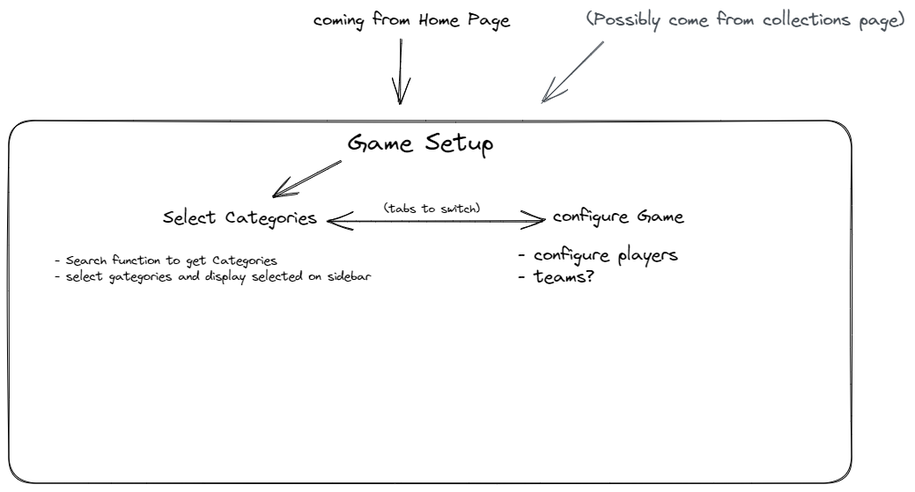
Before: gameDiagram.excalidraw.png, a diagram exported from Excalidraw (NilsGke/klugscheisser-quiz). Source tidied: one line per element, renumbered; positions are measured from the earlier drawing's top-left corner, leaving out a move shared by most shapes.
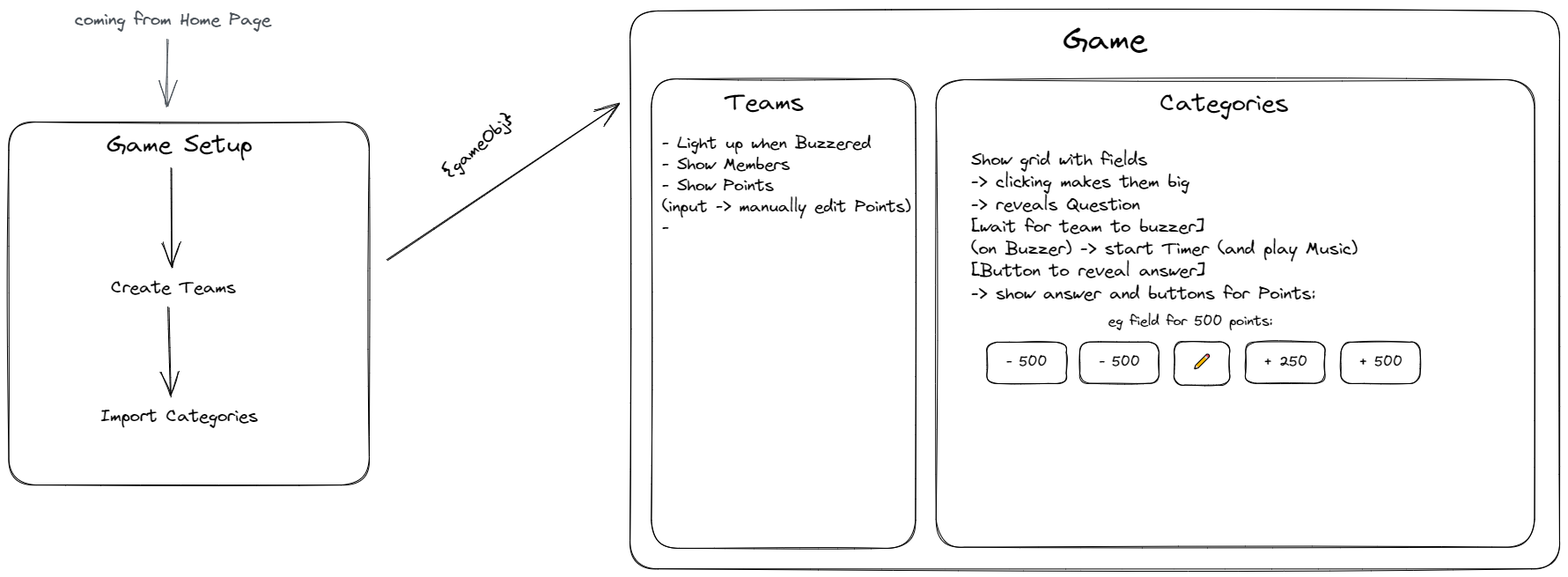
After the commit.

What changed in the source:
```diff
@@ -1,13 +1,29 @@
-{"id": 0, "type": "text", "text": "coming from Home Page", "strokeColor": "#000000", "strokeWidth": 1, "roughness": 1, "fontSize": 20, "fontFamily": 1, "x": 346, "y": 0, "width": 225, "height": 25}
+{"id": 0, "type": "text", "text": "coming from Home Page", "strokeColor": "#495057", "strokeWidth": 1, "roughness": 1, "fontSize": 20, "fontFamily": 1, "x": 59, "y": -29, "width": 225, "height": 25}
-{"id": 1, "type": "text", "text": "(Possibly come from collections page)", "strokeColor": "#495057", "strokeWidth": 1, "roughness": 1, "fontSize": 20, "fontFamily": 1, "x": 656, "y": 0, "width": 363, "height": 25}
-{"id": 2, "type": "rectangle", "strokeColor": "#000000", "strokeWidth": 1, "roughness": 1, "round": true, "x": 0, "y": 127, "width": 957, "height": 412}
+{"id": 2, "type": "rectangle", "strokeColor": "#000000", "strokeWidth": 1, "roughness": 1, "round": true, "x": -16, "y": 99, "width": 409, "height": 412}
-{"id": 3, "type": "text", "text": "Game Setup", "strokeColor": "#000000", "strokeWidth": 1, "roughness": 1, "fontSize": 28, "fontFamily": 1, "x": 385, "y": 135, "width": 168, "height": 35}
+{"id": 3, "type": "text", "text": "Game Setup", "strokeColor": "#000000", "strokeWidth": 1, "roughness": 1, "fontSize": 28, "fontFamily": 1, "x": 95, "y": 107, "width": 168, "height": 36}
-{"id": 4, "type": "arrow", "strokeColor": "#000000", "strokeWidth": 1, "roughness": 1, "endArrowhead": "arrow", "round": true, "from": 0, "to": 2, "x": 446, "y": 34, "width": 3, "height": 72, "points": [[0, 0], [-3, 72]]}
+{"id": 4, "type": "arrow", "strokeColor": "#495057", "strokeWidth": 1, "roughness": 1, "endArrowhead": "arrow", "round": true, "from": 0, "to": 2, "x": 165, "y": 5, "width": 3, "height": 74, "points": [[0, 0], [-3, 74]]}
-{"id": 5, "type": "arrow", "strokeColor": "#495057", "strokeWidth": 1, "roughness": 1, "endArrowhead": "arrow", "round": true, "from": 1, "to": 2, "x": 675, "y": 37, "width": 70, "height": 70, "points": [[0, 0], [-70, 70]]}
-{"id": 6, "type": "text", "text": "Select Categories", "strokeColor": "#000000", "strokeWidth": 1, "roughness": 1, "fontSize": 20, "fontFamily": 1, "x": 175, "y": 224, "width": 177, "height": 25}
+{"id": 6, "type": "text", "text": "Import Categories", "strokeColor": "#000000", "strokeWidth": 1, "roughness": 1, "fontSize": 20, "fontFamily": 1, "x": 88, "y": 421, "width": 181, "height": 25}
-{"id": 7, "type": "text", "text": "configure Game", "strokeColor": "#000000", "strokeWidth": 1, "roughness": 1, "fontSize": 20, "fontFamily": 1, "x": 618, "y": 223, "width": 150, "height": 25}
-{"id": 8, "type": "arrow", "strokeColor": "#000000", "strokeWidth": 1, "roughness": 1, "startArrowhead": "arrow", "endArrowhead": "arrow", "round": true, "from": 6, "to": 7, "x": 361, "y": 241, "width": 246, "height": 0, "points": [[0, 0], [246, 0]]}
-{"id": 9, "type": "arrow", "strokeColor": "#000000", "strokeWidth": 1, "roughness": 1, "endArrowhead": "arrow", "round": true, "from": 3, "to": 6, "x": 377, "y": 174, "width": 78, "height": 40, "points": [[0, 0], [-78, 40]]}
+{"id": 9, "type": "arrow", "strokeColor": "#000000", "strokeWidth": 1, "roughness": 1, "endArrowhead": "arrow", "round": true, "from": 3, "to": 13, "x": 168, "y": 153, "width": 1, "height": 112, "points": [[0, 0], [1, 112]]}
-{"id": 10, "type": "text", "text": "(tabs to switch)", "strokeColor": "#000000", "strokeWidth": 1, "roughness": 1, "fontSize": 13.41, "fontFamily": 1, "x": 426, "y": 219, "width": 110, "height": 17}
-{"id": 11, "type": "text", "text": "- Search function to get Categories\n- select gategories and display selected on sidebar", "strokeColor": "#000000", "strokeWidth": 1, "roughness": 1, "fontSize": 14.09, "fontFamily": 1, "x": 52, "y": 278, "width": 360, "height": 35}
-{"id": 12, "type": "text", "text": "- configure players\n- teams?", "strokeColor": "#000000", "strokeWidth": 1, "roughness": 1, "fontSize": 20, "fontFamily": 1, "x": 578, "y": 267, "width": 183, "height": 50}
+{"id": 13, "type": "text", "text": "Create Teams", "strokeColor": "#000000", "strokeWidth": 1, "roughness": 1, "fontSize": 20, "fontFamily": 1, "x": 100, "y": 275, "width": 144, "height": 25}
+{"id": 14, "type": "arrow", "strokeColor": "#000000", "strokeWidth": 1, "roughness": 1, "endArrowhead": "arrow", "round": true, "from": 13, "to": 6, "x": 166, "y": 310, "width": 2, "height": 101, "points": [[0, 0], [2, 101]]}
+{"id": 15, "type": "rectangle", "strokeColor": "#000000", "strokeWidth": 1, "roughness": 1, "round": true, "x": 690, "y": -27, "width": 1056, "height": 633}
+{"id": 16, "type": "text", "text": "Game", "strokeColor": "#000000", "strokeWidth": 1, "roughness": 1, "fontSize": 36, "fontFamily": 1, "x": 1182, "y": -16, "width": 97, "height": 46}
+{"id": 17, "type": "arrow", "strokeColor": "#000000", "strokeWidth": 1, "roughness": 1, "endArrowhead": "arrow", "round": true, "from": 2, "to": 15, "x": 414, "y": 256, "width": 262, "height": 176, "points": [[0, 0], [262, -176]]}
+{"id": 18, "type": "text", "text": "{gameObj}", "strokeColor": "#000000", "angle": 5.56, "strokeWidth": 1, "roughness": 1, "fontSize": 20, "fontFamily": 1, "x": 467, "y": 113, "width": 102, "height": 25}
+{"id": 19, "type": "rectangle", "strokeColor": "#000000", "strokeWidth": 1, "roughness": 1, "round": true, "x": 714, "y": 50, "width": 300, "height": 533}
+{"id": 20, "type": "text", "text": "Teams", "strokeColor": "#000000", "strokeWidth": 1, "roughness": 1, "fontSize": 28, "fontFamily": 1, "x": 798, "y": 60, "width": 91, "height": 36}
+{"id": 21, "type": "rectangle", "strokeColor": "#000000", "strokeWidth": 1, "roughness": 1, "round": true, "x": 1037, "y": 51, "width": 680, "height": 531}
+{"id": 22, "type": "text", "text": "Categories", "strokeColor": "#000000", "strokeWidth": 1, "roughness": 1, "fontSize": 28, "fontFamily": 1, "x": 1292, "y": 60, "width": 148, "height": 36}
+{"id": 23, "type": "text", "text": "- Light up when Buzzered\n- Show Members\n- Show Points \n(input -> manually edit Points)\n- ", "strokeColor": "#000000", "strokeWidth": 1, "roughness": 1, "fontSize": 19.01, "fontFamily": 1, "x": 726, "y": 111, "width": 284, "height": 120}
+{"id": 24, "type": "text", "text": "Show grid with fields\n-> clicking makes them big\n-> reveals Question\n[wait for team to buzzer]\n(on Buzzer) -> start Timer (and play Music)\n[Button to reveal answer]\n-> show answer and buttons for Points:\n    ", "strokeColor": "#000000", "strokeWidth": 1, "roughness": 1, "fontSize": 20, "fontFamily": 1, "x": 1077, "y": 131, "width": 440, "height": 202}
+{"id": 25, "type": "rectangle", "strokeColor": "#000000", "strokeWidth": 1, "roughness": 1, "round": true, "x": 1095, "y": 349, "width": 90, "height": 47}
+{"id": 26, "type": "text", "text": "- 500", "strokeColor": "#000000", "strokeWidth": 1, "roughness": 1, "fontSize": 16, "fontFamily": 1, "textAlign": "center", "verticalAlign": "middle", "inside": 25, "x": 1116, "y": 363, "width": 48, "height": 20}
+{"id": 27, "type": "text", "text": "eg field for 500 points:", "strokeColor": "#000000", "strokeWidth": 1, "roughness": 1, "fontSize": 16, "fontFamily": 1, "x": 1233, "y": 316, "width": 189, "height": 20}
+{"id": 28, "type": "rectangle", "strokeColor": "#000000", "strokeWidth": 1, "roughness": 1, "round": true, "x": 1308, "y": 349, "width": 63, "height": 49}
+{"id": 29, "type": "text", "text": "✏", "strokeColor": "#000000", "strokeWidth": 1, "roughness": 1, "fontSize": 16, "fontFamily": 1, "textAlign": "center", "verticalAlign": "middle", "inside": 28, "x": 1327, "y": 363, "width": 24, "height": 20}
+{"id": 30, "type": "rectangle", "strokeColor": "#000000", "strokeWidth": 1, "roughness": 1, "round": true, "x": 1201, "y": 349, "width": 90, "height": 47}
+{"id": 31, "type": "text", "text": "- 500", "strokeColor": "#000000", "strokeWidth": 1, "roughness": 1, "fontSize": 16, "fontFamily": 1, "textAlign": "center", "verticalAlign": "middle", "inside": 30, "x": 1222, "y": 362, "width": 48, "height": 20}
+{"id": 32, "type": "rectangle", "strokeColor": "#000000", "strokeWidth": 1, "roughness": 1, "round": true, "x": 1389, "y": 349, "width": 90, "height": 47}
+{"id": 33, "type": "text", "text": "+ 250", "strokeColor": "#000000", "strokeWidth": 1, "roughness": 1, "fontSize": 16, "fontFamily": 1, "textAlign": "center", "verticalAlign": "middle", "inside": 32, "x": 1408, "y": 362, "width": 52, "height": 20}
+{"id": 34, "type": "rectangle", "strokeColor": "#000000", "strokeWidth": 1, "roughness": 1, "round": true, "x": 1497, "y": 349, "width": 90, "height": 47}
+{"id": 35, "type": "text", "text": "+ 500", "strokeColor": "#000000", "strokeWidth": 1, "roughness": 1, "fontSize": 16, "fontFamily": 1, "textAlign": "center", "verticalAlign": "middle", "inside": 34, "x": 1516, "y": 363, "width": 52, "height": 20}
```
